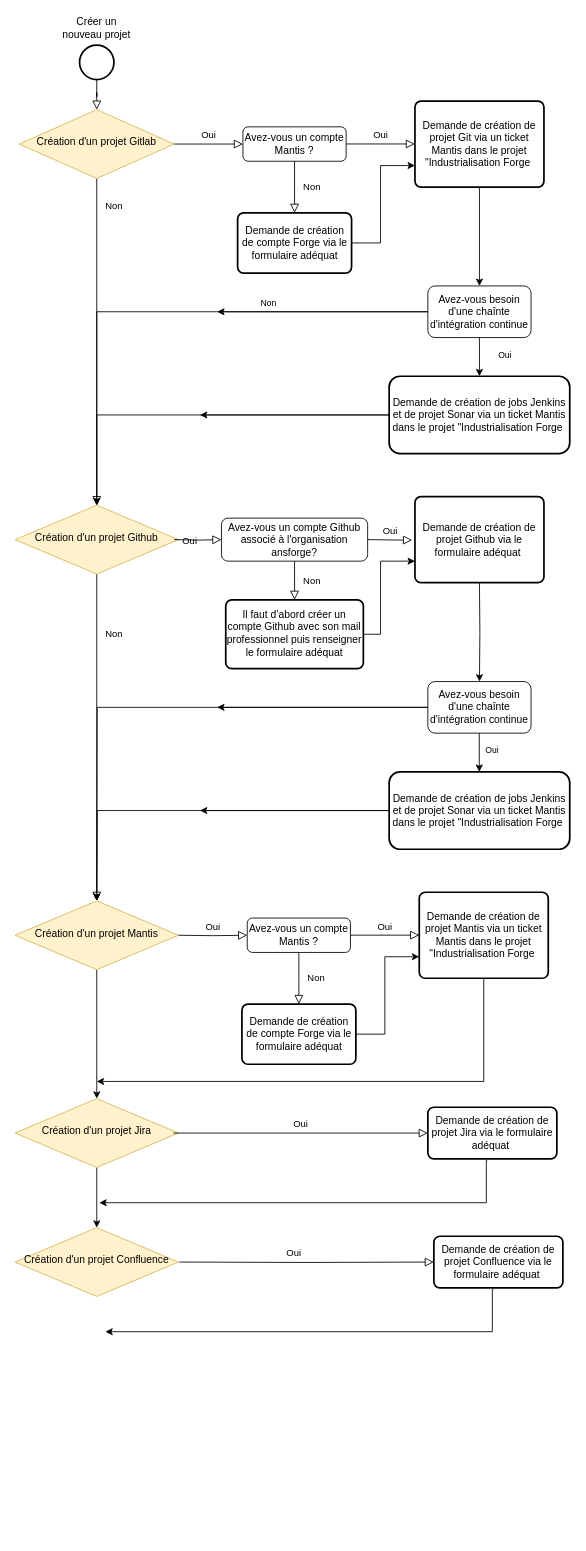
Before: diagrammes/Diagramme sans nom.drawio in mfaurel/drawio, a draw.io diagram. Source tidied: cells renumbered, new cells numbered last; positions are measured from the earlier drawing's top-left corner, leaving out a move shared by most shapes. Both pictures are drawn from the tidied source at 86%, with x=0, y=0 at pixel (15, 15).
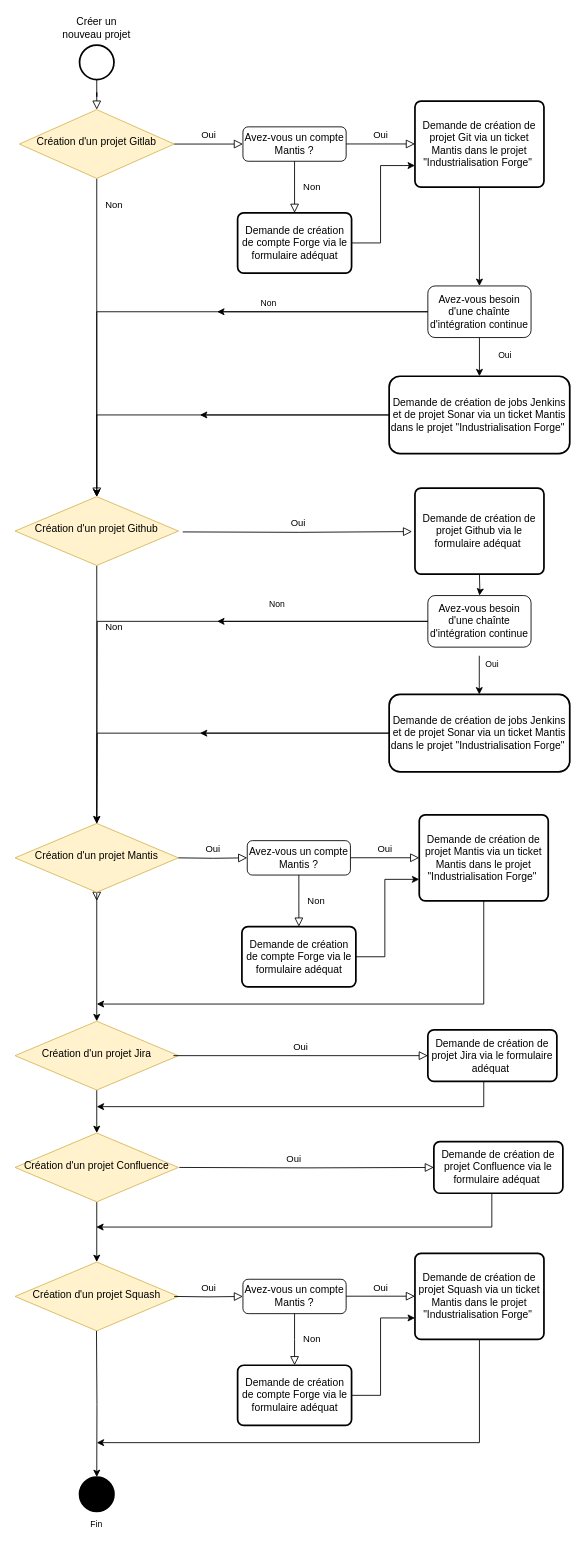
After the change.

Commit message (it also covers changes not shown here):
Mettre à jour Diagramme sans nom.drawio

Diff of the diagram source:
```diff
@@
     <mxCell id="9" value="Création d'un projet Github" style="rhombus;whiteSpace=wrap;html=1;shadow=0;fontFamily=Helvetica;fontSize=12;align=center;strokeWidth=1;spacing=6;spacingTop=-4;fillColor=#fff2cc;strokeColor=#d6b656;" parent="1" vertex="1">
-      <mxGeometry y="570" width="190" height="80" as="geometry" />
+      <mxGeometry y="560" width="190" height="80" as="geometry" />
     </mxCell>
@@
-    <mxCell id="13" value="Demande de création de projet Git via un ticket Mantis dans le projet &quot;Industrialisation Forge&amp;nbsp;" style="rounded=1;whiteSpace=wrap;html=1;absoluteArcSize=1;arcSize=14;strokeWidth=2;" parent="1" vertex="1">
+    <mxCell id="13" value="Demande de création de projet Git via un ticket Mantis dans le projet &quot;Industrialisation Forge&quot;&amp;nbsp;" style="rounded=1;whiteSpace=wrap;html=1;absoluteArcSize=1;arcSize=14;strokeWidth=2;" parent="1" vertex="1">
       <mxGeometry x="465" y="100" width="150" height="100" as="geometry" />
     </mxCell>
@@
-    <mxCell id="22" value="Demande de création de jobs Jenkins et de projet Sonar via un ticket Mantis dans le projet &quot;Industrialisation Forge&amp;nbsp;" style="whiteSpace=wrap;html=1;rounded=1;arcSize=14;strokeWidth=2;" parent="1" vertex="1">
+    <mxCell id="22" value="Demande de création de jobs Jenkins et de projet Sonar via un ticket Mantis dans le projet &quot;Industrialisation Forge&quot;&amp;nbsp;" style="whiteSpace=wrap;html=1;rounded=1;arcSize=14;strokeWidth=2;" parent="1" vertex="1">
       <mxGeometry x="435" y="420" width="210" height="90" as="geometry" />
     </mxCell>
@@
-    <mxCell id="24" value="Oui" style="edgeStyle=orthogonalEdgeStyle;rounded=0;html=1;jettySize=auto;fontSize=11;endArrow=block;endFill=0;endSize=8;strokeWidth=1;shadow=0;labelBackgroundColor=none;" parent="1" edge="1" target="25">
-      <mxGeometry y="10" relative="1" as="geometry">
-        <mxPoint x="185" y="610" as="sourcePoint" />
-      </mxGeometry>
-    </mxCell>
-    <mxCell id="25" value="Avez-vous un compte Github associé à l'organisation ansforge?" style="rounded=1;whiteSpace=wrap;html=1;fontSize=12;glass=0;strokeWidth=1;shadow=0;" parent="1" vertex="1">
-      <mxGeometry x="240" y="585" width="170" height="50" as="geometry" />
-    </mxCell>
     <mxCell id="26" value="Oui" style="edgeStyle=orthogonalEdgeStyle;rounded=0;html=1;jettySize=auto;fontSize=11;endArrow=block;endFill=0;endSize=8;strokeWidth=1;shadow=0;labelBackgroundColor=none;entryX=-0.022;entryY=0.506;entryDx=0;entryDy=0;entryPerimeter=0;" parent="1" edge="1" target="27">
       <mxGeometry y="10" relative="1" as="geometry">
-        <mxPoint x="410" y="609.9" as="sourcePoint" />
+        <mxPoint x="195" y="601" as="sourcePoint" />
       </mxGeometry>
     </mxCell>
     <mxCell id="27" value="Demande de création de projet Github via le formulaire adéquat&amp;nbsp;" style="rounded=1;whiteSpace=wrap;html=1;absoluteArcSize=1;arcSize=14;strokeWidth=2;" parent="1" vertex="1">
-      <mxGeometry x="465" y="560" width="150" height="100" as="geometry" />
+      <mxGeometry x="465" y="550" width="150" height="100" as="geometry" />
     </mxCell>
-    <mxCell id="28" value="Non" style="rounded=0;html=1;jettySize=auto;fontSize=11;endArrow=block;endFill=0;endSize=8;strokeWidth=1;shadow=0;labelBackgroundColor=none;edgeStyle=orthogonalEdgeStyle;exitX=0.5;exitY=1;exitDx=0;exitDy=0;entryX=0.5;entryY=0;entryDx=0;entryDy=0;" parent="1" edge="1" source="25" target="29">
-      <mxGeometry y="20" relative="1" as="geometry" />
-    </mxCell>
-    <mxCell id="29" value="&lt;p style=&quot;margin: 0cm; vertical-align: baseline;&quot; class=&quot;paragraph&quot;&gt;Il faut d’abord créer un&lt;br&gt;compte Github avec son mail professionnel puis renseigner le formulaire adéquat&lt;span style=&quot;font-size: 10pt; font-family: Arial, sans-serif;&quot;&gt;&lt;/span&gt;&lt;/p&gt;" style="rounded=1;whiteSpace=wrap;html=1;absoluteArcSize=1;arcSize=14;strokeWidth=2;" parent="1" vertex="1">
-      <mxGeometry x="245" y="680" width="160" height="80" as="geometry" />
-    </mxCell>
-    <mxCell id="30" style="endArrow=classic;html=1;rounded=0;exitX=1;exitY=0.5;exitDx=0;exitDy=0;entryX=0;entryY=0.75;entryDx=0;entryDy=0;" parent="1" edge="1" source="29" target="27">
-      <mxGeometry relative="1" as="geometry">
-        <Array as="points">
-          <mxPoint x="425" y="720" />
-          <mxPoint x="425" y="635" />
-        </Array>
-      </mxGeometry>
-    </mxCell>
@@
     <mxCell id="33" style="edgeStyle=orthogonalEdgeStyle;rounded=0;jettySize=auto;html=1;" parent="1" edge="1" target="34">
       <mxGeometry relative="1" as="geometry">
-        <mxPoint x="540" y="660" as="sourcePoint" />
+        <mxPoint x="540" y="650" as="sourcePoint" />
       </mxGeometry>
     </mxCell>
     <mxCell id="34" value="Avez-vous besoin d'une chaînte d'intégration continue" style="rounded=1;whiteSpace=wrap;html=1;arcSize=14;strokeWidth=1;" parent="1" vertex="1">
-      <mxGeometry x="480" y="775" width="120" height="60" as="geometry" />
+      <mxGeometry x="480" y="675" width="120" height="60" as="geometry" />
     </mxCell>
     <mxCell id="35" style="edgeStyle=orthogonalEdgeStyle;rounded=0;jettySize=auto;html=1;entryX=0.5;entryY=0;entryDx=0;entryDy=0;labelBackgroundColor=none;" parent="1" edge="1" source="34">
       <mxGeometry relative="1" as="geometry">
-        <mxPoint x="95" y="1030" as="targetPoint" />
+        <mxPoint x="95" y="940" as="targetPoint" />
       </mxGeometry>
     </mxCell>
     <mxCell id="36" style="edgeStyle=orthogonalEdgeStyle;rounded=0;jettySize=auto;html=1;entryX=0.5;entryY=0;entryDx=0;entryDy=0;" parent="1" edge="1" source="37">
       <mxGeometry relative="1" as="geometry">
-        <mxPoint x="95" y="1030" as="targetPoint" />
+        <mxPoint x="95" y="940" as="targetPoint" />
       </mxGeometry>
     </mxCell>
-    <mxCell id="37" value="Demande de création de jobs Jenkins et de projet Sonar via un ticket Mantis dans le projet &quot;Industrialisation Forge&amp;nbsp;" style="whiteSpace=wrap;html=1;rounded=1;arcSize=14;strokeWidth=2;" parent="1" vertex="1">
-      <mxGeometry x="435" y="880" width="210" height="90" as="geometry" />
+    <mxCell id="37" value="Demande de création de jobs Jenkins et de projet Sonar via un ticket Mantis dans le projet &quot;Industrialisation Forge&quot;&amp;nbsp;" style="whiteSpace=wrap;html=1;rounded=1;arcSize=14;strokeWidth=2;" parent="1" vertex="1">
+      <mxGeometry x="435" y="790" width="210" height="90" as="geometry" />
     </mxCell>
     <mxCell id="38" value="&lt;font style=&quot;font-size: 10px;&quot;&gt;Oui&lt;/font&gt;" style="text;strokeColor=none;align=center;fillColor=none;html=1;verticalAlign=middle;whiteSpace=wrap;rounded=0;" parent="1" vertex="1">
-      <mxGeometry x="525" y="840" width="60" height="30" as="geometry" />
+      <mxGeometry x="525" y="740" width="60" height="30" as="geometry" />
     </mxCell>
     <mxCell id="39" style="endArrow=classic;html=1;rounded=0;exitX=0;exitY=0.5;exitDx=0;exitDy=0;" parent="1" edge="1" source="37">
       <mxGeometry relative="1" as="geometry">
-        <mxPoint x="215" y="925" as="targetPoint" />
+        <mxPoint x="215" y="835" as="targetPoint" />
       </mxGeometry>
     </mxCell>
     <mxCell id="40" style="endArrow=classic;html=1;rounded=0;exitX=0;exitY=0.5;exitDx=0;exitDy=0;" parent="1" edge="1" source="34">
       <mxGeometry relative="1" as="geometry">
-        <mxPoint x="235" y="805" as="targetPoint" />
+        <mxPoint x="235" y="705" as="targetPoint" />
       </mxGeometry>
     </mxCell>
     <mxCell id="41" style="edgeStyle=orthogonalEdgeStyle;rounded=0;orthogonalLoop=1;jettySize=auto;html=1;" parent="1" edge="1">
       <mxGeometry relative="1" as="geometry">
-        <mxPoint x="539.8" y="835" as="sourcePoint" />
-        <mxPoint x="539.8" y="880" as="targetPoint" />
+        <mxPoint x="539.8" y="745" as="sourcePoint" />
+        <mxPoint x="539.8" y="790" as="targetPoint" />
       </mxGeometry>
     </mxCell>
@@
     <mxCell id="43" value="Création d'un projet Mantis" style="rhombus;whiteSpace=wrap;html=1;shadow=0;fontFamily=Helvetica;fontSize=12;align=center;strokeWidth=1;spacing=6;spacingTop=-4;fillColor=#fff2cc;strokeColor=#d6b656;" parent="1" vertex="1">
-      <mxGeometry y="1030" width="190" height="80" as="geometry" />
+      <mxGeometry y="940" width="190" height="80" as="geometry" />
     </mxCell>
     <mxCell id="44" value="Oui" style="edgeStyle=orthogonalEdgeStyle;rounded=0;html=1;jettySize=auto;fontSize=11;endArrow=block;endFill=0;endSize=8;strokeWidth=1;shadow=0;labelBackgroundColor=none;" parent="1" edge="1" target="45">
       <mxGeometry y="10" relative="1" as="geometry">
-        <mxPoint x="190" y="1070" as="sourcePoint" />
+        <mxPoint x="190" y="980" as="sourcePoint" />
       </mxGeometry>
     </mxCell>
     <mxCell id="45" value="Avez-vous un compte Mantis ?" style="rounded=1;whiteSpace=wrap;html=1;fontSize=12;glass=0;strokeWidth=1;shadow=0;" parent="1" vertex="1">
-      <mxGeometry x="270" y="1050" width="120" height="40" as="geometry" />
+      <mxGeometry x="270" y="960" width="120" height="40" as="geometry" />
     </mxCell>
     <mxCell id="46" value="Oui" style="edgeStyle=orthogonalEdgeStyle;rounded=0;html=1;jettySize=auto;orthogonalLoop=1;fontSize=11;endArrow=block;endFill=0;endSize=8;strokeWidth=1;shadow=0;labelBackgroundColor=none;" parent="1" edge="1">
       <mxGeometry y="10" relative="1" as="geometry">
-        <mxPoint x="390" y="1069.9" as="sourcePoint" />
-        <mxPoint x="470" y="1069.9" as="targetPoint" />
+        <mxPoint x="390" y="979.9" as="sourcePoint" />
+        <mxPoint x="470" y="979.9" as="targetPoint" />
       </mxGeometry>
     </mxCell>
     <mxCell id="47" style="edgeStyle=orthogonalEdgeStyle;rounded=0;orthogonalLoop=1;jettySize=auto;html=1;exitX=0.5;exitY=1;exitDx=0;exitDy=0;" parent="1" edge="1">
       <mxGeometry relative="1" as="geometry">
-        <mxPoint x="545" y="1090" as="sourcePoint" />
-        <mxPoint x="95" y="1240" as="targetPoint" />
+        <mxPoint x="545" y="1000" as="sourcePoint" />
+        <mxPoint x="95" y="1150" as="targetPoint" />
         <Array as="points">
-          <mxPoint x="545" y="1240" />
+          <mxPoint x="545" y="1150" />
         </Array>
       </mxGeometry>
     </mxCell>
-    <mxCell id="48" value="Demande de création de projet Mantis via un ticket Mantis dans le projet &quot;Industrialisation Forge&amp;nbsp;" style="rounded=1;whiteSpace=wrap;html=1;absoluteArcSize=1;arcSize=14;strokeWidth=2;" parent="1" vertex="1">
-      <mxGeometry x="470" y="1020" width="150" height="100" as="geometry" />
+    <mxCell id="48" value="Demande de création de projet Mantis via un ticket Mantis dans le projet &quot;Industrialisation Forge&quot;&amp;nbsp;" style="rounded=1;whiteSpace=wrap;html=1;absoluteArcSize=1;arcSize=14;strokeWidth=2;" parent="1" vertex="1">
+      <mxGeometry x="470" y="930" width="150" height="100" as="geometry" />
     </mxCell>
@@
     <mxCell id="50" value="Demande de création de compte Forge via le formulaire adéquat" style="rounded=1;whiteSpace=wrap;html=1;absoluteArcSize=1;arcSize=14;strokeWidth=2;" parent="1" vertex="1">
-      <mxGeometry x="263.8" y="1150" width="132.5" height="70" as="geometry" />
+      <mxGeometry x="263.8" y="1060" width="132.5" height="70" as="geometry" />
     </mxCell>
     <mxCell id="51" style="endArrow=classic;html=1;rounded=0;exitX=1;exitY=0.5;exitDx=0;exitDy=0;entryX=0;entryY=0.75;entryDx=0;entryDy=0;" parent="1" edge="1" source="50" target="48">
       <mxGeometry relative="1" as="geometry">
         <Array as="points">
-          <mxPoint x="430" y="1185" />
           <mxPoint x="430" y="1095" />
+          <mxPoint x="430" y="1005" />
         </Array>
       </mxGeometry>
     </mxCell>
@@
     <mxCell id="53" value="Création d'un projet Jira" style="rhombus;whiteSpace=wrap;html=1;shadow=0;fontFamily=Helvetica;fontSize=12;align=center;strokeWidth=1;spacing=6;spacingTop=-4;fillColor=#fff2cc;strokeColor=#d6b656;" parent="1" vertex="1">
-      <mxGeometry y="1260" width="190" height="80" as="geometry" />
+      <mxGeometry y="1170" width="190" height="80" as="geometry" />
     </mxCell>
@@
-    <mxCell id="55" style="edgeStyle=orthogonalEdgeStyle;rounded=0;jettySize=auto;html=1;exitX=0.461;exitY=1.028;exitDx=0;exitDy=0;exitPerimeter=0;" parent="1" edge="1" source="56">
+    <mxCell id="55" style="edgeStyle=orthogonalEdgeStyle;rounded=0;orthogonalLoop=1;jettySize=auto;html=1;exitX=0.461;exitY=1.028;exitDx=0;exitDy=0;exitPerimeter=0;" parent="1" edge="1">
       <mxGeometry relative="1" as="geometry">
-        <mxPoint x="98" y="1381" as="targetPoint" />
+        <mxPoint x="546.2" y="1220" as="sourcePoint" />
+        <mxPoint x="95" y="1269.3" as="targetPoint" />
         <Array as="points">
-          <mxPoint x="548" y="1332" />
-          <mxPoint x="548" y="1381" />
+          <mxPoint x="546" y="1238.3" />
+          <mxPoint x="545" y="1238.3" />
+          <mxPoint x="545" y="1269.3" />
         </Array>
       </mxGeometry>
     </mxCell>
     <mxCell id="56" value="Demande de création de projet Jira via le formulaire adéquat&amp;nbsp;" style="rounded=1;whiteSpace=wrap;html=1;absoluteArcSize=1;arcSize=14;strokeWidth=2;" parent="1" vertex="1">
-      <mxGeometry x="480" y="1270" width="150" height="60" as="geometry" />
+      <mxGeometry x="480" y="1180" width="150" height="60" as="geometry" />
     </mxCell>
+    <mxCell id="61" style="edgeStyle=orthogonalEdgeStyle;rounded=0;jettySize=auto;html=1;" parent="1" edge="1" source="57" target="62">
+      <mxGeometry relative="1" as="geometry" />
+    </mxCell>
     <mxCell id="57" value="Création d'un projet Confluence" style="rhombus;whiteSpace=wrap;html=1;shadow=0;fontFamily=Helvetica;fontSize=12;align=center;strokeWidth=1;spacing=6;spacingTop=-4;fillColor=#fff2cc;strokeColor=#d6b656;" parent="1" vertex="1">
-      <mxGeometry y="1410" width="190" height="80" as="geometry" />
+      <mxGeometry y="1300" width="190" height="80" as="geometry" />
     </mxCell>
     <mxCell id="58" value="Oui" style="edgeStyle=orthogonalEdgeStyle;rounded=0;html=1;jettySize=auto;fontSize=11;endArrow=block;endFill=0;endSize=8;strokeWidth=1;shadow=0;labelBackgroundColor=none;entryX=0;entryY=0.5;entryDx=0;entryDy=0;" parent="1" edge="1" target="60">
       <mxGeometry x="-0.1" y="10" relative="1" as="geometry">
-        <mxPoint x="191" y="1450" as="sourcePoint" />
+        <mxPoint x="191" y="1340" as="sourcePoint" />
       </mxGeometry>
     </mxCell>
-    <mxCell id="59" style="edgeStyle=orthogonalEdgeStyle;rounded=0;jettySize=auto;html=1;exitX=0.461;exitY=1.028;exitDx=0;exitDy=0;exitPerimeter=0;" parent="1" edge="1" source="60">
+    <mxCell id="59" style="edgeStyle=orthogonalEdgeStyle;rounded=0;orthogonalLoop=1;jettySize=auto;html=1;exitX=0.461;exitY=1.028;exitDx=0;exitDy=0;exitPerimeter=0;" parent="1" edge="1">
       <mxGeometry relative="1" as="geometry">
-        <mxPoint x="105" y="1531" as="targetPoint" />
+        <mxPoint x="555.6" y="1360" as="sourcePoint" />
+        <mxPoint x="94.4" y="1409.3" as="targetPoint" />
         <Array as="points">
-          <mxPoint x="555" y="1482" />
-          <mxPoint x="555" y="1531" />
+          <mxPoint x="554.4" y="1360.3" />
+          <mxPoint x="554.4" y="1409.3" />
         </Array>
       </mxGeometry>
     </mxCell>
     <mxCell id="60" value="Demande de création de projet Confluence via le formulaire adéquat&amp;nbsp;" style="rounded=1;whiteSpace=wrap;html=1;absoluteArcSize=1;arcSize=14;strokeWidth=2;" parent="1" vertex="1">
-      <mxGeometry x="487" y="1420" width="150" height="60" as="geometry" />
+      <mxGeometry x="487" y="1310" width="150" height="60" as="geometry" />
     </mxCell>
+    <mxCell id="62" value="Création d'un projet Squash" style="rhombus;whiteSpace=wrap;html=1;shadow=0;fontFamily=Helvetica;fontSize=12;align=center;strokeWidth=1;spacing=6;spacingTop=-4;fillColor=#fff2cc;strokeColor=#d6b656;" parent="1" vertex="1">
+      <mxGeometry y="1450" width="190" height="80" as="geometry" />
+    </mxCell>
+    <mxCell id="63" value="Oui" style="edgeStyle=orthogonalEdgeStyle;rounded=0;html=1;jettySize=auto;fontSize=11;endArrow=block;endFill=0;endSize=8;strokeWidth=1;shadow=0;labelBackgroundColor=none;" parent="1" edge="1" target="64">
+      <mxGeometry x="0.02" y="10" relative="1" as="geometry">
+        <mxPoint x="185" y="1490" as="sourcePoint" />
+      </mxGeometry>
+    </mxCell>
+    <mxCell id="64" value="Avez-vous un compte Mantis ?" style="rounded=1;whiteSpace=wrap;html=1;fontSize=12;glass=0;strokeWidth=1;shadow=0;" parent="1" vertex="1">
+      <mxGeometry x="265" y="1470" width="120" height="40" as="geometry" />
+    </mxCell>
+    <mxCell id="65" style="edgeStyle=orthogonalEdgeStyle;rounded=0;orthogonalLoop=1;jettySize=auto;html=1;exitX=0.5;exitY=1;exitDx=0;exitDy=0;" parent="1" edge="1">
+      <mxGeometry relative="1" as="geometry">
+        <mxPoint x="540" y="1510" as="sourcePoint" />
+        <mxPoint x="95" y="1660" as="targetPoint" />
+        <Array as="points">
+          <mxPoint x="540" y="1660" />
+        </Array>
+      </mxGeometry>
+    </mxCell>
+    <mxCell id="66" value="Demande de création de projet Squash via un ticket Mantis dans le projet &quot;Industrialisation Forge&quot;&amp;nbsp;" style="rounded=1;whiteSpace=wrap;html=1;absoluteArcSize=1;arcSize=14;strokeWidth=2;" parent="1" vertex="1">
+      <mxGeometry x="465" y="1440" width="150" height="100" as="geometry" />
+    </mxCell>
+    <mxCell id="28" value="Non" style="rounded=0;html=1;jettySize=auto;fontSize=11;endArrow=block;endFill=0;endSize=8;strokeWidth=1;shadow=0;labelBackgroundColor=none;edgeStyle=orthogonalEdgeStyle;exitX=0.5;exitY=1;exitDx=0;exitDy=0;entryX=0.5;entryY=0;entryDx=0;entryDy=0;" parent="1" edge="1" source="64" target="67">
+      <mxGeometry y="20" relative="1" as="geometry" />
+    </mxCell>
+    <mxCell id="67" value="Demande de création de compte Forge via le formulaire adéquat" style="rounded=1;whiteSpace=wrap;html=1;absoluteArcSize=1;arcSize=14;strokeWidth=2;" parent="1" vertex="1">
+      <mxGeometry x="258.8" y="1570" width="132.5" height="70" as="geometry" />
+    </mxCell>
+    <mxCell id="68" style="endArrow=classic;html=1;rounded=0;exitX=1;exitY=0.5;exitDx=0;exitDy=0;entryX=0;entryY=0.75;entryDx=0;entryDy=0;" parent="1" edge="1" source="67" target="66">
+      <mxGeometry relative="1" as="geometry">
+        <Array as="points">
+          <mxPoint x="425" y="1605" />
+          <mxPoint x="425" y="1515" />
+        </Array>
+      </mxGeometry>
+    </mxCell>
+    <mxCell id="69" value="Oui" style="edgeStyle=orthogonalEdgeStyle;rounded=0;html=1;jettySize=auto;orthogonalLoop=1;fontSize=11;endArrow=block;endFill=0;endSize=8;strokeWidth=1;shadow=0;labelBackgroundColor=none;" parent="1" edge="1">
+      <mxGeometry y="10" relative="1" as="geometry">
+        <mxPoint x="385" y="1489.7" as="sourcePoint" />
+        <mxPoint x="465" y="1489.7" as="targetPoint" />
+      </mxGeometry>
+    </mxCell>
+    <mxCell id="70" style="edgeStyle=orthogonalEdgeStyle;rounded=0;orthogonalLoop=1;jettySize=auto;html=1;" parent="1" edge="1">
+      <mxGeometry relative="1" as="geometry">
+        <mxPoint x="94.7" y="1530" as="sourcePoint" />
+        <mxPoint x="95" y="1700" as="targetPoint" />
+      </mxGeometry>
+    </mxCell>
+    <mxCell id="71" style="strokeWidth=2;html=1;shape=mxgraph.flowchart.start_2;whiteSpace=wrap;fillColor=#000000;" parent="1" vertex="1">
+      <mxGeometry x="75" y="1700" width="40" height="40" as="geometry" />
+    </mxCell>
+    <mxCell id="72" value="&lt;font style=&quot;font-size: 10px;&quot;&gt;Fin&lt;/font&gt;" style="text;strokeColor=none;align=center;fillColor=none;html=1;verticalAlign=middle;whiteSpace=wrap;rounded=0;" parent="1" vertex="1">
+      <mxGeometry x="65" y="1740" width="60" height="30" as="geometry" />
+    </mxCell>
+    <mxCell id="73" value="&lt;font style=&quot;font-size: 10px;&quot;&gt;Non&lt;/font&gt;" style="text;strokeColor=none;align=center;fillColor=none;html=1;verticalAlign=middle;whiteSpace=wrap;rounded=0;" parent="1" vertex="1">
+      <mxGeometry x="275" y="670" width="60" height="30" as="geometry" />
+    </mxCell>
```
